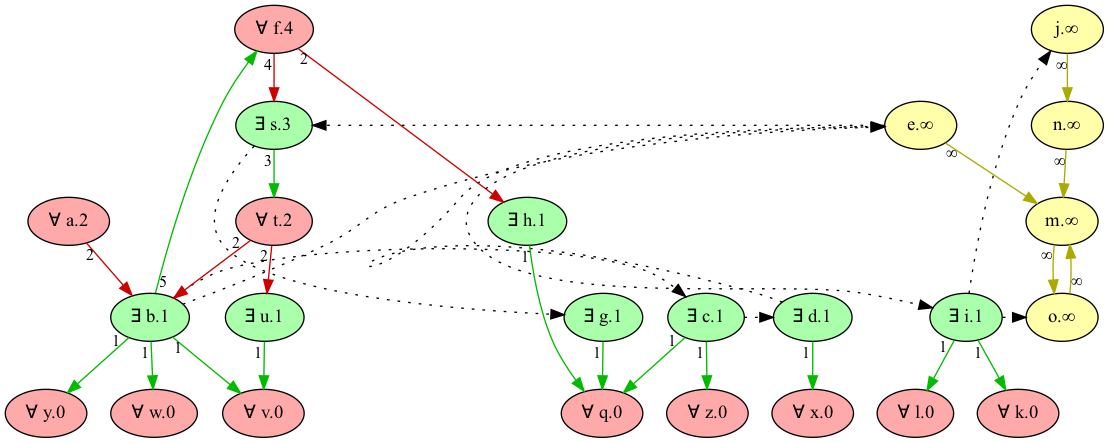
Before: Refactor/imgs/unfactored_game_wfs.png, a diagram exported from Graphviz (idaks/Games-and-Argumentation). Its source is kept beside it as Refactor/imgs/unfactored_game_wfs.dot. The source it was exported from:
```dot
digraph {
    "v" [style="filled" fillcolor="#FFAAAA" label="∀ v.0" fontsize=14]
    "z" [style="filled" fillcolor="#FFAAAA" label="∀ z.0" fontsize=14]
    "y" [style="filled" fillcolor="#FFAAAA" label="∀ y.0" fontsize=14]
    "x" [style="filled" fillcolor="#FFAAAA" label="∀ x.0" fontsize=14]
    "w" [style="filled" fillcolor="#FFAAAA" label="∀ w.0" fontsize=14]
    "q" [style="filled" fillcolor="#FFAAAA" label="∀ q.0" fontsize=14]
    "l" [style="filled" fillcolor="#FFAAAA" label="∀ l.0" fontsize=14]
    "k" [style="filled" fillcolor="#FFAAAA" label="∀ k.0" fontsize=14]
    "u" [style="filled" fillcolor="#AAFFAA" label="∃ u.1" fontsize=14]
    "b" [style="filled" fillcolor="#AAFFAA" label="∃ b.1" fontsize=14]
    "c" [style="filled" fillcolor="#AAFFAA" label="∃ c.1" fontsize=14]
    "d" [style="filled" fillcolor="#AAFFAA" label="∃ d.1" fontsize=14]
    "i" [style="filled" fillcolor="#AAFFAA" label="∃ i.1" fontsize=14]
    "g" [style="filled" fillcolor="#AAFFAA" label="∃ g.1" fontsize=14]
    "h" [style="filled" fillcolor="#AAFFAA" label="∃ h.1" fontsize=14]
    "a" [style="filled" fillcolor="#FFAAAA" label="∀ a.2" fontsize=14]
    "t" [style="filled" fillcolor="#FFAAAA" label="∀ t.2" fontsize=14]
    "s" [style="filled" fillcolor="#AAFFAA" label="∃ s.3" fontsize=14]
    "f" [style="filled" fillcolor="#FFAAAA" label="∀ f.4" fontsize=14]
    "j" [style="filled" fillcolor="#FFFFAA" label="j.∞" fontsize=14]
    "e" [style="filled" fillcolor="#FFFFAA" label="e.∞" fontsize=14]
    "o" [style="filled" fillcolor="#FFFFAA" label="o.∞" fontsize=14]
    "n" [style="filled" fillcolor="#FFFFAA" label="n.∞" fontsize=14]
    "m" [style="filled" fillcolor="#FFFFAA" label="m.∞" fontsize=14]
    edge[labeldistance=1 fontsize=12]
    "a" -> "b" [color="#CC0000" style="solid" dir="forward" taillabel="2" ]
    "t" -> "b" [color="#CC0000" style="solid" dir="forward" taillabel="2" ]
    "b" -> "c" [color="black" style="dotted" dir="forward" taillabel="" constraint=false]
    "c" -> "d" [color="black" style="dotted" dir="forward" taillabel="" constraint=false]
    "b" -> "e" [color="black" style="dotted" dir="forward" taillabel="" constraint=false]
    "d" -> "e" [color="black" style="dotted" dir="forward" taillabel="" constraint=false]
    "b" -> "f" [color="#00BB00" style="solid" dir="forward" taillabel="5" ]
    "s" -> "g" [color="black" style="dotted" dir="forward" taillabel="" constraint=false]
    "f" -> "h" [color="#CC0000" style="solid" dir="forward" taillabel="2" ]
    "e" -> "i" [color="black" style="dotted" dir="forward" taillabel="" constraint=false]
    "i" -> "j" [color="black" style="dotted" dir="forward" taillabel="" constraint=false]
    "i" -> "k" [color="#00BB00" style="solid" dir="forward" taillabel="1" ]
    "i" -> "l" [color="#00BB00" style="solid" dir="forward" taillabel="1" ]
    "e" -> "m" [color="#AAAA00" style="solid" dir="forward" taillabel="∞" ]
    "o" -> "m" [color="#AAAA00" style="solid" dir="forward" taillabel="∞" ]
    "n" -> "m" [color="#AAAA00" style="solid" dir="forward" taillabel="∞" ]
    "j" -> "n" [color="#AAAA00" style="solid" dir="forward" taillabel="∞" ]
    "i" -> "o" [color="black" style="dotted" dir="forward" taillabel="" constraint=false]
    "m" -> "o" [color="#AAAA00" style="solid" dir="forward" taillabel="∞" ]
    "g" -> "q" [color="#00BB00" style="solid" dir="forward" taillabel="1" ]
    "h" -> "q" [color="#00BB00" style="solid" dir="forward" taillabel="1" ]
    "c" -> "q" [color="#00BB00" style="solid" dir="forward" taillabel="1" ]
    "e" -> "s" [color="black" style="dotted" dir="forward" taillabel="" constraint=false]
    "f" -> "s" [color="#CC0000" style="solid" dir="forward" taillabel="4" ]
    "s" -> "t" [color="#00BB00" style="solid" dir="forward" taillabel="3" ]
    "t" -> "u" [color="#CC0000" style="solid" dir="forward" taillabel="2" ]
    "b" -> "v" [color="#00BB00" style="solid" dir="forward" taillabel="1" ]
    "u" -> "v" [color="#00BB00" style="solid" dir="forward" taillabel="1" ]
    "b" -> "w" [color="#00BB00" style="solid" dir="forward" taillabel="1" ]
    "d" -> "x" [color="#00BB00" style="solid" dir="forward" taillabel="1" ]
    "b" -> "y" [color="#00BB00" style="solid" dir="forward" taillabel="1" ]
    "c" -> "z" [color="#00BB00" style="solid" dir="forward" taillabel="1" ]
    {rank = max v z y x w q l k}
    {rank = min f}
}
```
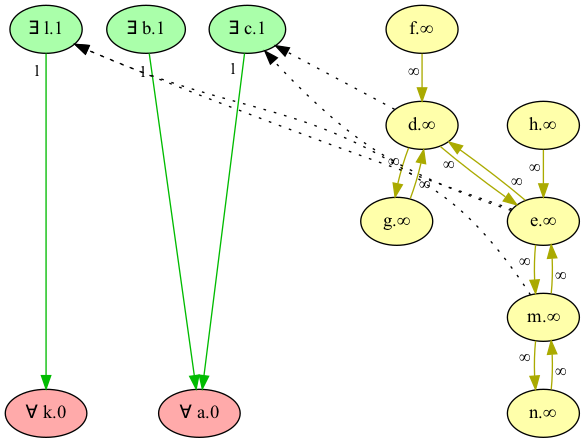
After the commit.

Diff of the diagram source:
```diff
@@ -1,61 +1,34 @@
 digraph {
-    "v" [style="filled" fillcolor="#FFAAAA" label="∀ v.0" fontsize=14]
-    "z" [style="filled" fillcolor="#FFAAAA" label="∀ z.0" fontsize=14]
-    "y" [style="filled" fillcolor="#FFAAAA" label="∀ y.0" fontsize=14]
-    "x" [style="filled" fillcolor="#FFAAAA" label="∀ x.0" fontsize=14]
-    "w" [style="filled" fillcolor="#FFAAAA" label="∀ w.0" fontsize=14]
-    "q" [style="filled" fillcolor="#FFAAAA" label="∀ q.0" fontsize=14]
-    "l" [style="filled" fillcolor="#FFAAAA" label="∀ l.0" fontsize=14]
+    "a" [style="filled" fillcolor="#FFAAAA" label="∀ a.0" fontsize=14]
     "k" [style="filled" fillcolor="#FFAAAA" label="∀ k.0" fontsize=14]
-    "u" [style="filled" fillcolor="#AAFFAA" label="∃ u.1" fontsize=14]
+    "l" [style="filled" fillcolor="#AAFFAA" label="∃ l.1" fontsize=14]
+    "c" [style="filled" fillcolor="#AAFFAA" label="∃ c.1" fontsize=14]
     "b" [style="filled" fillcolor="#AAFFAA" label="∃ b.1" fontsize=14]
-    "c" [style="filled" fillcolor="#AAFFAA" label="∃ c.1" fontsize=14]
-    "d" [style="filled" fillcolor="#AAFFAA" label="∃ d.1" fontsize=14]
-    "i" [style="filled" fillcolor="#AAFFAA" label="∃ i.1" fontsize=14]
-    "g" [style="filled" fillcolor="#AAFFAA" label="∃ g.1" fontsize=14]
-    "h" [style="filled" fillcolor="#AAFFAA" label="∃ h.1" fontsize=14]
-    "a" [style="filled" fillcolor="#FFAAAA" label="∀ a.2" fontsize=14]
-    "t" [style="filled" fillcolor="#FFAAAA" label="∀ t.2" fontsize=14]
-    "s" [style="filled" fillcolor="#AAFFAA" label="∃ s.3" fontsize=14]
-    "f" [style="filled" fillcolor="#FFAAAA" label="∀ f.4" fontsize=14]
-    "j" [style="filled" fillcolor="#FFFFAA" label="j.∞" fontsize=14]
+    "d" [style="filled" fillcolor="#FFFFAA" label="d.∞" fontsize=14]
     "e" [style="filled" fillcolor="#FFFFAA" label="e.∞" fontsize=14]
-    "o" [style="filled" fillcolor="#FFFFAA" label="o.∞" fontsize=14]
+    "m" [style="filled" fillcolor="#FFFFAA" label="m.∞" fontsize=14]
+    "f" [style="filled" fillcolor="#FFFFAA" label="f.∞" fontsize=14]
+    "g" [style="filled" fillcolor="#FFFFAA" label="g.∞" fontsize=14]
+    "h" [style="filled" fillcolor="#FFFFAA" label="h.∞" fontsize=14]
     "n" [style="filled" fillcolor="#FFFFAA" label="n.∞" fontsize=14]
-    "m" [style="filled" fillcolor="#FFFFAA" label="m.∞" fontsize=14]
-    edge[labeldistance=1 fontsize=12]
-    "a" -> "b" [color="#CC0000" style="solid" dir="forward" taillabel="2" ]
-    "t" -> "b" [color="#CC0000" style="solid" dir="forward" taillabel="2" ]
-    "b" -> "c" [color="black" style="dotted" dir="forward" taillabel="" constraint=false]
-    "c" -> "d" [color="black" style="dotted" dir="forward" taillabel="" constraint=false]
-    "b" -> "e" [color="black" style="dotted" dir="forward" taillabel="" constraint=false]
-    "d" -> "e" [color="black" style="dotted" dir="forward" taillabel="" constraint=false]
-    "b" -> "f" [color="#00BB00" style="solid" dir="forward" taillabel="5" ]
-    "s" -> "g" [color="black" style="dotted" dir="forward" taillabel="" constraint=false]
-    "f" -> "h" [color="#CC0000" style="solid" dir="forward" taillabel="2" ]
-    "e" -> "i" [color="black" style="dotted" dir="forward" taillabel="" constraint=false]
-    "i" -> "j" [color="black" style="dotted" dir="forward" taillabel="" constraint=false]
-    "i" -> "k" [color="#00BB00" style="solid" dir="forward" taillabel="1" ]
-    "i" -> "l" [color="#00BB00" style="solid" dir="forward" taillabel="1" ]
+    edge[labeldistance=1.5 fontsize=12]
+    "b" -> "a" [color="#00BB00" style="solid" dir="forward" taillabel="1" ]
+    "c" -> "a" [color="#00BB00" style="solid" dir="forward" taillabel="1" ]
+    "l" -> "k" [color="#00BB00" style="solid" dir="forward" taillabel="1" ]
+    "d" -> "c" [color="black" style="dotted" dir="forward" taillabel="" constraint=false]
+    "e" -> "c" [color="black" style="dotted" dir="forward" taillabel="" constraint=false]
+    "e" -> "l" [color="black" style="dotted" dir="forward" taillabel="" constraint=false]
+    "m" -> "l" [color="black" style="dotted" dir="forward" taillabel="" constraint=false]
+    "e" -> "d" [color="#AAAA00" style="solid" dir="forward" taillabel="∞" ]
+    "d" -> "e" [color="#AAAA00" style="solid" dir="forward" taillabel="∞" ]
+    "m" -> "e" [color="#AAAA00" style="solid" dir="forward" taillabel="∞" ]
     "e" -> "m" [color="#AAAA00" style="solid" dir="forward" taillabel="∞" ]
-    "o" -> "m" [color="#AAAA00" style="solid" dir="forward" taillabel="∞" ]
+    "f" -> "d" [color="#AAAA00" style="solid" dir="forward" taillabel="∞" ]
+    "g" -> "d" [color="#AAAA00" style="solid" dir="forward" taillabel="∞" ]
+    "d" -> "g" [color="#AAAA00" style="solid" dir="forward" taillabel="∞" ]
+    "h" -> "e" [color="#AAAA00" style="solid" dir="forward" taillabel="∞" ]
     "n" -> "m" [color="#AAAA00" style="solid" dir="forward" taillabel="∞" ]
-    "j" -> "n" [color="#AAAA00" style="solid" dir="forward" taillabel="∞" ]
-    "i" -> "o" [color="black" style="dotted" dir="forward" taillabel="" constraint=false]
-    "m" -> "o" [color="#AAAA00" style="solid" dir="forward" taillabel="∞" ]
-    "g" -> "q" [color="#00BB00" style="solid" dir="forward" taillabel="1" ]
-    "h" -> "q" [color="#00BB00" style="solid" dir="forward" taillabel="1" ]
-    "c" -> "q" [color="#00BB00" style="solid" dir="forward" taillabel="1" ]
-    "e" -> "s" [color="black" style="dotted" dir="forward" taillabel="" constraint=false]
-    "f" -> "s" [color="#CC0000" style="solid" dir="forward" taillabel="4" ]
-    "s" -> "t" [color="#00BB00" style="solid" dir="forward" taillabel="3" ]
-    "t" -> "u" [color="#CC0000" style="solid" dir="forward" taillabel="2" ]
-    "b" -> "v" [color="#00BB00" style="solid" dir="forward" taillabel="1" ]
-    "u" -> "v" [color="#00BB00" style="solid" dir="forward" taillabel="1" ]
-    "b" -> "w" [color="#00BB00" style="solid" dir="forward" taillabel="1" ]
-    "d" -> "x" [color="#00BB00" style="solid" dir="forward" taillabel="1" ]
-    "b" -> "y" [color="#00BB00" style="solid" dir="forward" taillabel="1" ]
-    "c" -> "z" [color="#00BB00" style="solid" dir="forward" taillabel="1" ]
-    {rank = max v z y x w q l k}
-    {rank = min f}
+    "m" -> "n" [color="#AAAA00" style="solid" dir="forward" taillabel="∞" ]
+    {rank = max a k}
+    {rank = min l c b}
 }
```
